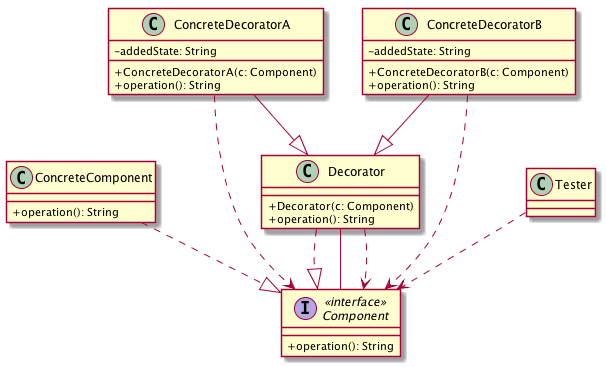
The PlantUML diagram src/umloutput.png in rishirajrandive/uml-parser, before a commit.
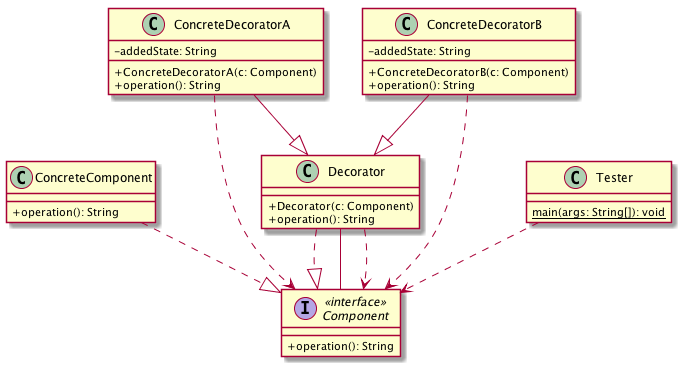
After the commit.

Change to the diagram source:
```diff
@@ -26,6 +26,7 @@
 }
 
 class Tester {
+{static}main(args: String[]): void
 }
 
 ConcreteComponent..|>Component
```
